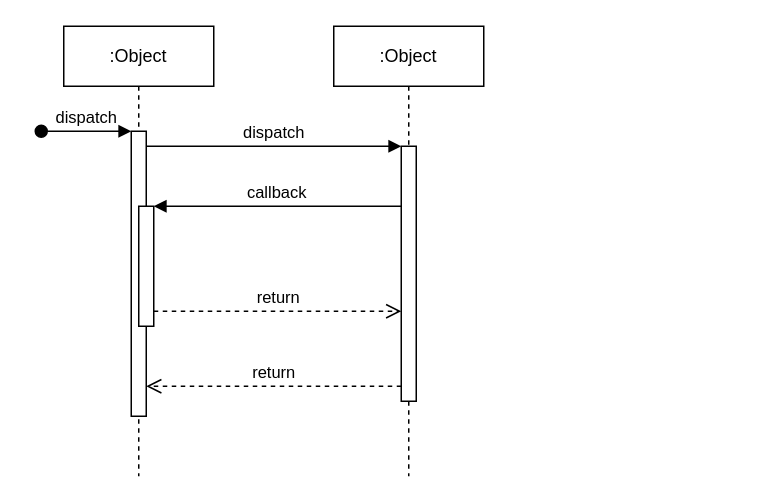
Earlier version of the draw.io diagram Diagrama,sequencia,registrar animal abandonado.drawio (JoaoGans/DRAW.tcc). Source tidied: cells renumbered, new cells numbered last; positions are measured from the earlier drawing's top-left corner, leaving out a move shared by most shapes. Both pictures are drawn from the tidied source at 150%, with x=0, y=0 at pixel (40, 26).
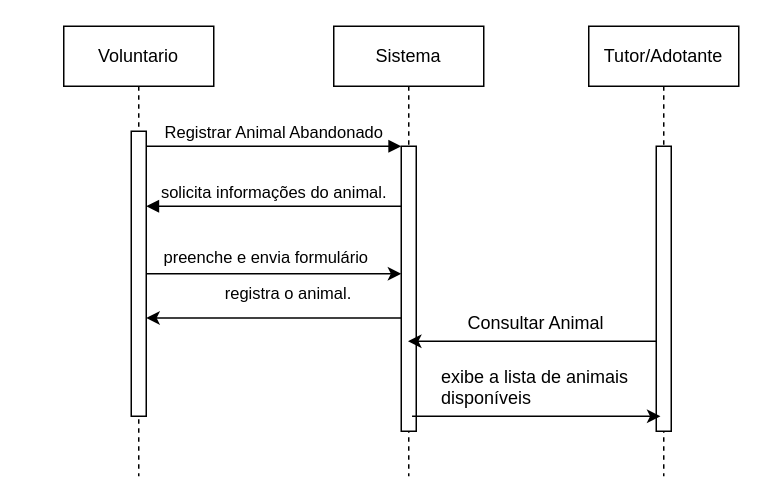
After the change.

The change refers to these unchanged cells:
```xml
<mxCell id="3" style="html=1;points=[];perimeter=orthogonalPerimeter;outlineConnect=0;targetShapes=umlLifeline;portConstraint=eastwest;newEdgeStyle={&quot;edgeStyle&quot;:&quot;elbowEdgeStyle&quot;,&quot;elbow&quot;:&quot;vertical&quot;,&quot;curved&quot;:0,&quot;rounded&quot;:0};" parent="2" vertex="1">
  <mxGeometry x="45" y="70" width="10" height="190" as="geometry" />
</mxCell>
```

Change to the diagram source:
```diff
@@
-    <mxCell id="2" value=":Object" style="shape=umlLifeline;perimeter=lifelinePerimeter;whiteSpace=wrap;html=1;newEdgeStyle={&quot;edgeStyle&quot;:&quot;elbowEdgeStyle&quot;,&quot;elbow&quot;:&quot;vertical&quot;,&quot;curved&quot;:0,&quot;rounded&quot;:0};" parent="1" vertex="1">
+    <mxCell id="2" value="Voluntario" style="shape=umlLifeline;perimeter=lifelinePerimeter;whiteSpace=wrap;html=1;newEdgeStyle={&quot;edgeStyle&quot;:&quot;elbowEdgeStyle&quot;,&quot;elbow&quot;:&quot;vertical&quot;,&quot;curved&quot;:0,&quot;rounded&quot;:0};" parent="1" vertex="1">
       <mxGeometry x="15" width="100" height="300" as="geometry" />
     </mxCell>
@@
-    <mxCell id="4" value="dispatch" style="html=1;verticalAlign=bottom;startArrow=oval;endArrow=block;startSize=8;edgeStyle=elbowEdgeStyle;elbow=vertical;curved=0;rounded=0;" parent="2" edge="1" target="3">
-      <mxGeometry relative="1" as="geometry">
-        <mxPoint x="-15" y="70" as="sourcePoint" />
-      </mxGeometry>
-    </mxCell>
-    <mxCell id="5" style="html=1;points=[];perimeter=orthogonalPerimeter;outlineConnect=0;targetShapes=umlLifeline;portConstraint=eastwest;newEdgeStyle={&quot;edgeStyle&quot;:&quot;elbowEdgeStyle&quot;,&quot;elbow&quot;:&quot;vertical&quot;,&quot;curved&quot;:0,&quot;rounded&quot;:0};" parent="2" vertex="1">
-      <mxGeometry x="50" y="120" width="10" height="80" as="geometry" />
-    </mxCell>
-    <mxCell id="6" value=":Object" style="shape=umlLifeline;perimeter=lifelinePerimeter;whiteSpace=wrap;html=1;outlineConnect=0;portConstraint=eastwest;newEdgeStyle={&quot;edgeStyle&quot;:&quot;elbowEdgeStyle&quot;,&quot;elbow&quot;:&quot;vertical&quot;,&quot;curved&quot;:0,&quot;rounded&quot;:0};" parent="1" vertex="1">
+    <mxCell id="6" value="Sistema" style="shape=umlLifeline;perimeter=lifelinePerimeter;whiteSpace=wrap;html=1;outlineConnect=0;portConstraint=eastwest;newEdgeStyle={&quot;edgeStyle&quot;:&quot;elbowEdgeStyle&quot;,&quot;elbow&quot;:&quot;vertical&quot;,&quot;curved&quot;:0,&quot;rounded&quot;:0};" parent="1" vertex="1">
       <mxGeometry x="195" width="100" height="300" as="geometry" />
     </mxCell>
     <mxCell id="7" style="html=1;points=[];perimeter=orthogonalPerimeter;outlineConnect=0;targetShapes=umlLifeline;portConstraint=eastwest;newEdgeStyle={&quot;edgeStyle&quot;:&quot;elbowEdgeStyle&quot;,&quot;elbow&quot;:&quot;vertical&quot;,&quot;curved&quot;:0,&quot;rounded&quot;:0};" parent="6" vertex="1">
-      <mxGeometry x="45" y="80" width="10" height="170" as="geometry" />
+      <mxGeometry x="45" y="80" width="10" height="190" as="geometry" />
     </mxCell>
-    <mxCell id="8" value="dispatch" style="html=1;verticalAlign=bottom;endArrow=block;edgeStyle=elbowEdgeStyle;elbow=vertical;curved=0;rounded=0;" parent="1" edge="1" source="3" target="7">
+    <mxCell id="8" value="Registrar Animal Abandonado" style="html=1;verticalAlign=bottom;endArrow=block;edgeStyle=elbowEdgeStyle;elbow=vertical;curved=0;rounded=0;" parent="1" edge="1" source="3" target="7">
       <mxGeometry relative="1" as="geometry">
         <Array as="points">
           <mxPoint x="155" y="80" />
         </Array>
       </mxGeometry>
     </mxCell>
-    <mxCell id="9" value="return" style="html=1;verticalAlign=bottom;endArrow=open;dashed=1;endSize=8;edgeStyle=elbowEdgeStyle;elbow=vertical;curved=0;rounded=0;" parent="1" edge="1" source="7" target="3">
-      <mxGeometry relative="1" as="geometry">
-        <Array as="points">
-          <mxPoint x="165" y="240" />
-        </Array>
-      </mxGeometry>
-    </mxCell>
-    <mxCell id="10" value="callback" style="html=1;verticalAlign=bottom;endArrow=block;edgeStyle=elbowEdgeStyle;elbow=vertical;curved=0;rounded=0;" parent="1" edge="1" source="7" target="5">
+    <mxCell id="10" value="solicita informações do animal." style="html=1;verticalAlign=bottom;endArrow=block;edgeStyle=elbowEdgeStyle;elbow=vertical;curved=0;rounded=0;" parent="1" edge="1" source="7" target="3">
       <mxGeometry relative="1" as="geometry">
         <Array as="points">
           <mxPoint x="165" y="120" />
         </Array>
       </mxGeometry>
     </mxCell>
-    <mxCell id="11" value="return" style="html=1;verticalAlign=bottom;endArrow=open;dashed=1;endSize=8;edgeStyle=elbowEdgeStyle;elbow=vertical;curved=0;rounded=0;" parent="1" edge="1" source="5" target="7">
-      <mxGeometry relative="1" as="geometry">
-        <Array as="points">
-          <mxPoint x="155" y="190" />
-        </Array>
-      </mxGeometry>
-    </mxCell>
+    <mxCell id="12" value="Tutor/Adotante" style="shape=umlLifeline;perimeter=lifelinePerimeter;whiteSpace=wrap;html=1;newEdgeStyle={&quot;edgeStyle&quot;:&quot;elbowEdgeStyle&quot;,&quot;elbow&quot;:&quot;vertical&quot;,&quot;curved&quot;:0,&quot;rounded&quot;:0};" parent="1" vertex="1">
+      <mxGeometry x="365" width="100" height="300" as="geometry" />
+    </mxCell>
+    <mxCell id="13" style="html=1;points=[];perimeter=orthogonalPerimeter;outlineConnect=0;targetShapes=umlLifeline;portConstraint=eastwest;newEdgeStyle={&quot;edgeStyle&quot;:&quot;elbowEdgeStyle&quot;,&quot;elbow&quot;:&quot;vertical&quot;,&quot;curved&quot;:0,&quot;rounded&quot;:0};" parent="12" vertex="1">
+      <mxGeometry x="45" y="80" width="10" height="190" as="geometry" />
+    </mxCell>
+    <mxCell id="14" style="endArrow=classic;html=1;rounded=0;" parent="1" edge="1" source="13" target="6">
+      <mxGeometry relative="1" as="geometry">
+        <Array as="points">
+          <mxPoint x="345" y="210" />
+        </Array>
+      </mxGeometry>
+    </mxCell>
+    <mxCell id="15" value="&#10;Consultar Animal&#10;&#10;" style="text;html=1;align=center;verticalAlign=middle;whiteSpace=wrap;rounded=0;" parent="1" vertex="1">
+      <mxGeometry x="275" y="190" width="110" height="30" as="geometry" />
+    </mxCell>
+    <mxCell id="16" style="endArrow=classic;html=1;rounded=0;" parent="1" edge="1">
+      <mxGeometry relative="1" as="geometry">
+        <mxPoint x="240" y="194.5" as="sourcePoint" />
+        <mxPoint x="70" y="194.5" as="targetPoint" />
+      </mxGeometry>
+    </mxCell>
+    <mxCell id="17" value="&#10;&lt;span style=&quot;color: rgb(0, 0, 0); font-family: Helvetica; font-size: 11px; font-style: normal; font-variant-ligatures: normal; font-variant-caps: normal; font-weight: 400; letter-spacing: normal; orphans: 2; text-align: center; text-indent: 0px; text-transform: none; widows: 2; word-spacing: 0px; -webkit-text-stroke-width: 0px; white-space: nowrap; background-color: rgb(255, 255, 255); text-decoration-thickness: initial; text-decoration-style: initial; text-decoration-color: initial; display: inline !important; float: none;&quot;&gt;registra o animal.&lt;/span&gt;&#10;&#10;" style="text;html=1;align=center;verticalAlign=middle;whiteSpace=wrap;rounded=0;" parent="1" vertex="1">
+      <mxGeometry x="135" y="170" width="60" height="30" as="geometry" />
+    </mxCell>
+    <mxCell id="18" style="endArrow=classic;html=1;rounded=0;" parent="1" edge="1" source="3" target="7">
+      <mxGeometry relative="1" as="geometry" />
+    </mxCell>
+    <mxCell id="19" value="&lt;span style=&quot;color: rgb(0, 0, 0); font-family: Helvetica; font-size: 11px; font-style: normal; font-variant-ligatures: normal; font-variant-caps: normal; font-weight: 400; letter-spacing: normal; orphans: 2; text-align: center; text-indent: 0px; text-transform: none; widows: 2; word-spacing: 0px; -webkit-text-stroke-width: 0px; white-space: nowrap; background-color: rgb(255, 255, 255); text-decoration-thickness: initial; text-decoration-style: initial; text-decoration-color: initial; display: inline !important; float: none;&quot;&gt;preenche e envia formulário&lt;/span&gt;" style="text;whiteSpace=wrap;html=1;" parent="1" vertex="1">
+      <mxGeometry x="80" y="140" width="170" height="40" as="geometry" />
+    </mxCell>
+    <mxCell id="20" style="endArrow=classic;html=1;rounded=0;" parent="1" edge="1">
+      <mxGeometry relative="1" as="geometry">
+        <mxPoint x="247.2" y="260" as="sourcePoint" />
+        <mxPoint x="412.8" y="260" as="targetPoint" />
+      </mxGeometry>
+    </mxCell>
+    <mxCell id="21" value="exibe a lista de animais disponíveis" style="text;whiteSpace=wrap;html=1;" parent="1" vertex="1">
+      <mxGeometry x="265" y="220" width="175" height="30" as="geometry" />
+    </mxCell>
```
